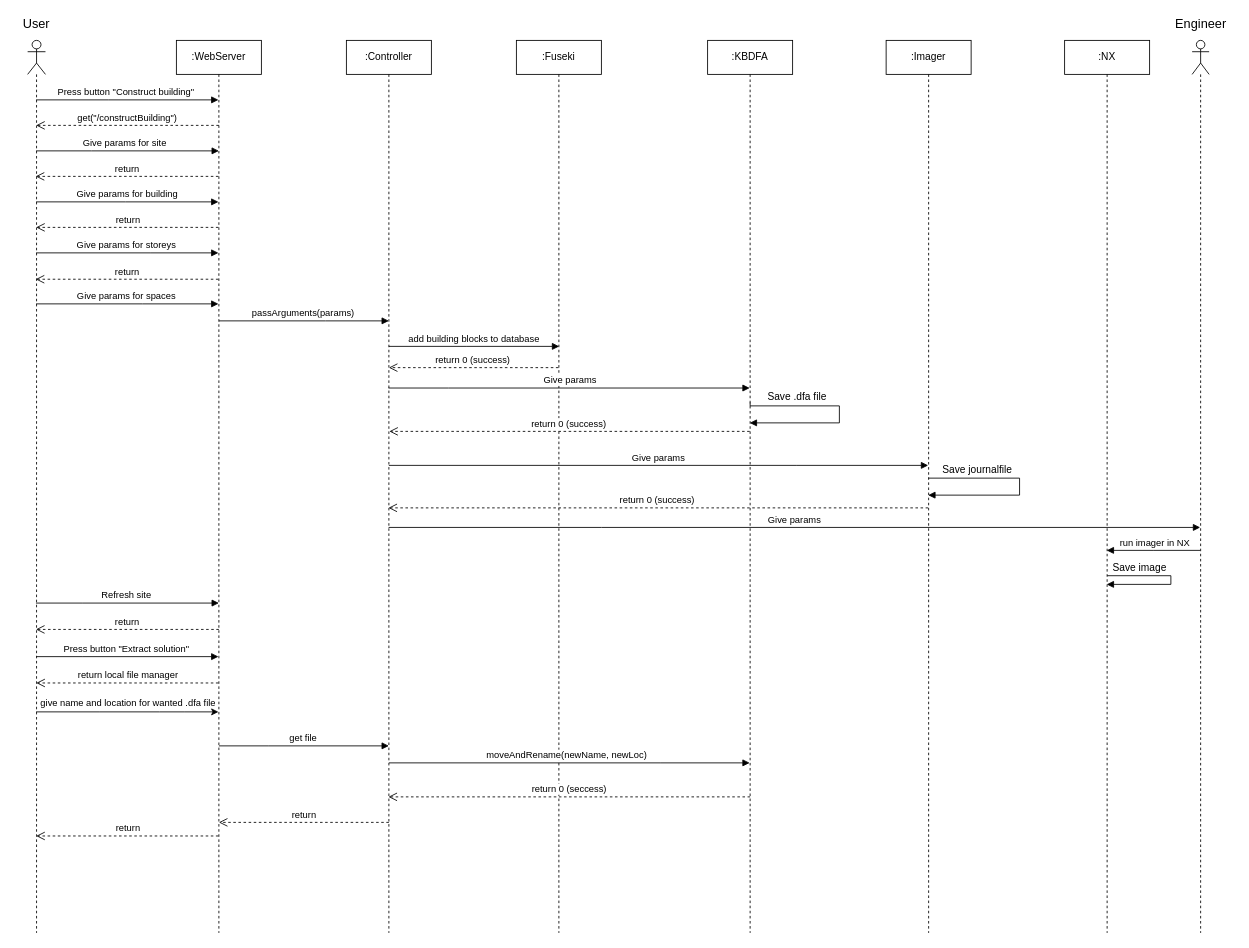
The draw.io diagram page "SeqConstruct" (5 of 8) of Diagrams/Diagrams.drawio in Hallvaeb/automation-p2-construction-knowledge-base, before the edit. Source tidied: cells renumbered, new cells numbered last; positions are measured from the earlier drawing's top-left corner, leaving out a move shared by most shapes. Both pictures are drawn from the tidied source at 85%, with x=0, y=0 at pixel (14, 14).
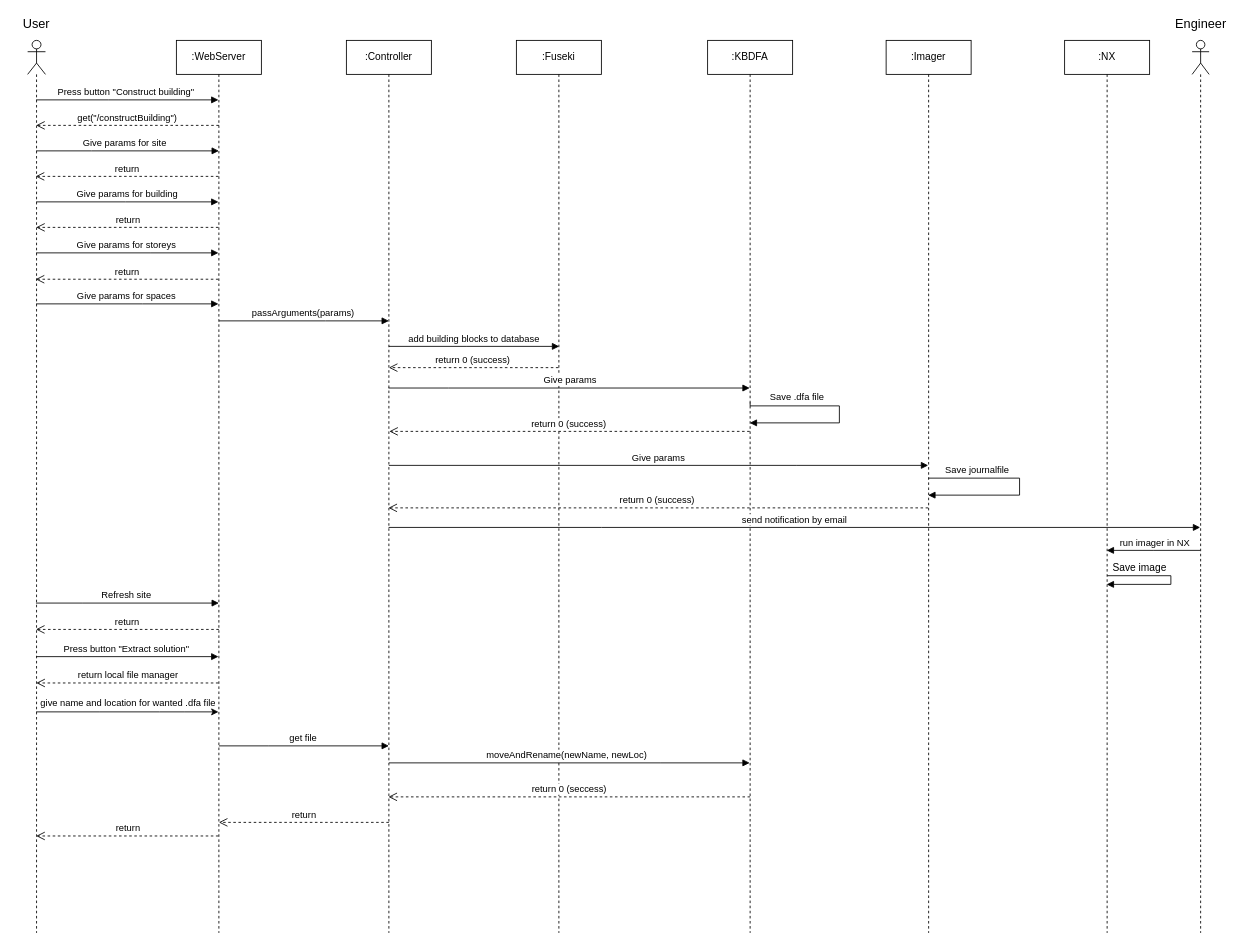
The same page after the edit.

Commit message:
Update Construction Seq Diagram

Change to the diagram source:
```diff
@@
-    <mxCell id="26" value="Save .dfa file" style="text;html=1;align=center;verticalAlign=middle;strokeColor=none;fillColor=none;" parent="1" vertex="1">
+    <mxCell id="26" value="&lt;font style=&quot;font-size: 11px&quot;&gt;Save .dfa file&lt;/font&gt;" style="text;html=1;align=center;verticalAlign=middle;strokeColor=none;fillColor=none;" parent="1" vertex="1">
       <mxGeometry x="880" y="440" width="80" height="20" as="geometry" />
     </mxCell>
@@
-    <mxCell id="33" value="Save journalfile" style="text;html=1;align=center;verticalAlign=middle;strokeColor=none;fillColor=none;" parent="1" vertex="1">
-      <mxGeometry x="1081.5" y="525" width="100" height="20" as="geometry" />
+    <mxCell id="33" value="&lt;font style=&quot;font-size: 11px&quot;&gt;Save journalfile&lt;/font&gt;" style="text;html=1;align=center;verticalAlign=middle;strokeColor=none;fillColor=none;" parent="1" vertex="1">
+      <mxGeometry x="1086.5" y="525" width="90" height="20" as="geometry" />
     </mxCell>
-    <mxCell id="34" value="Give params" style="html=1;verticalAlign=bottom;endArrow=block;rounded=0;edgeStyle=orthogonalEdgeStyle;" parent="1" edge="1">
+    <mxCell id="34" value="send notification by email" style="html=1;verticalAlign=bottom;endArrow=block;rounded=0;edgeStyle=orthogonalEdgeStyle;" parent="1" edge="1">
       <mxGeometry relative="1" as="geometry">
         <mxPoint x="439.7" y="603" as="sourcePoint" />
         <mxPoint x="1394.5" y="603" as="targetPoint" />
         <Array as="points">
           <mxPoint x="690" y="603" />
           <mxPoint x="690" y="603" />
         </Array>
       </mxGeometry>
     </mxCell>
```
